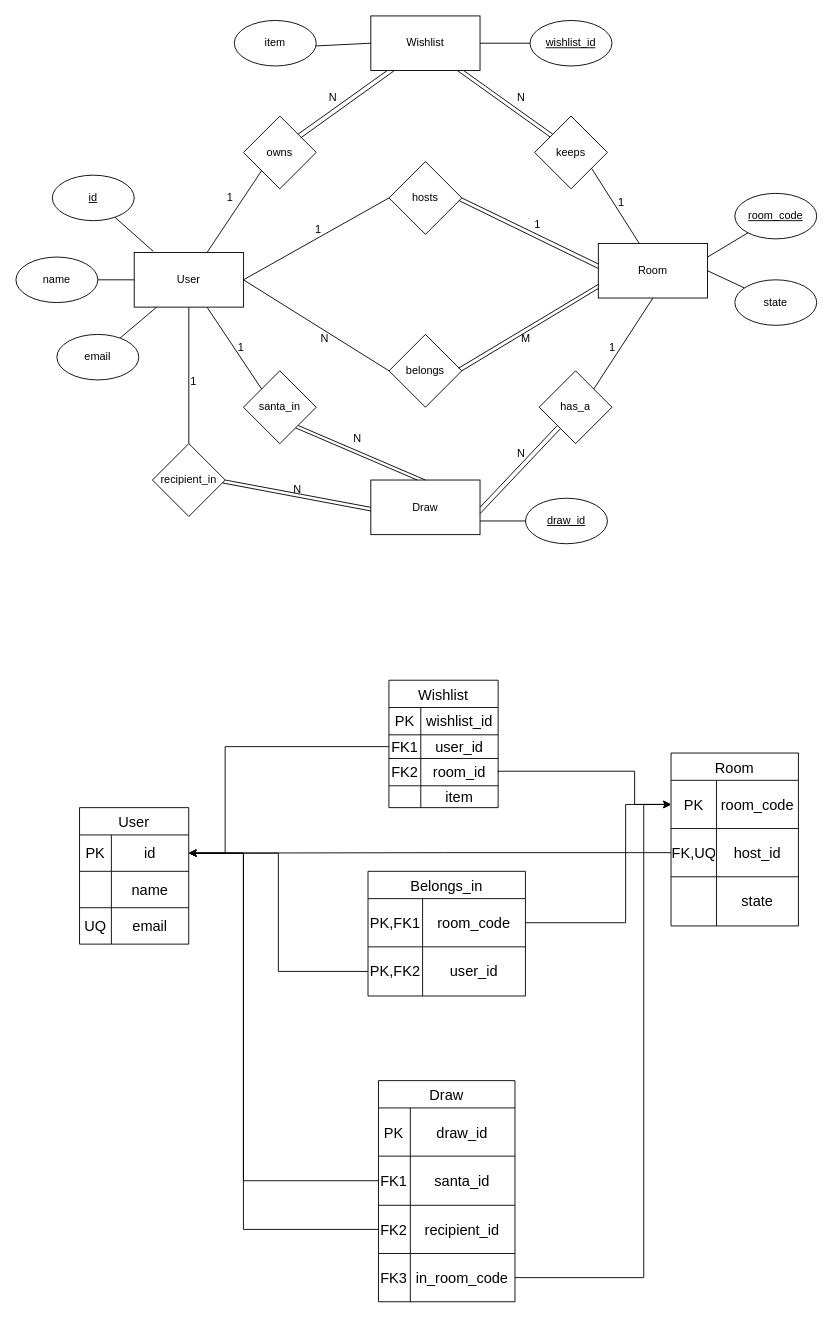
Above: Docs/erd w_ erm (5).drawio.xml in vjloable/secretsanta (draw.io), before the change. Source tidied: cells renumbered, new cells numbered last; positions are measured from the earlier drawing's top-left corner, leaving out a move shared by most shapes. Both pictures are drawn from the tidied source at 91%, with x=0, y=0 at pixel (15, 15).
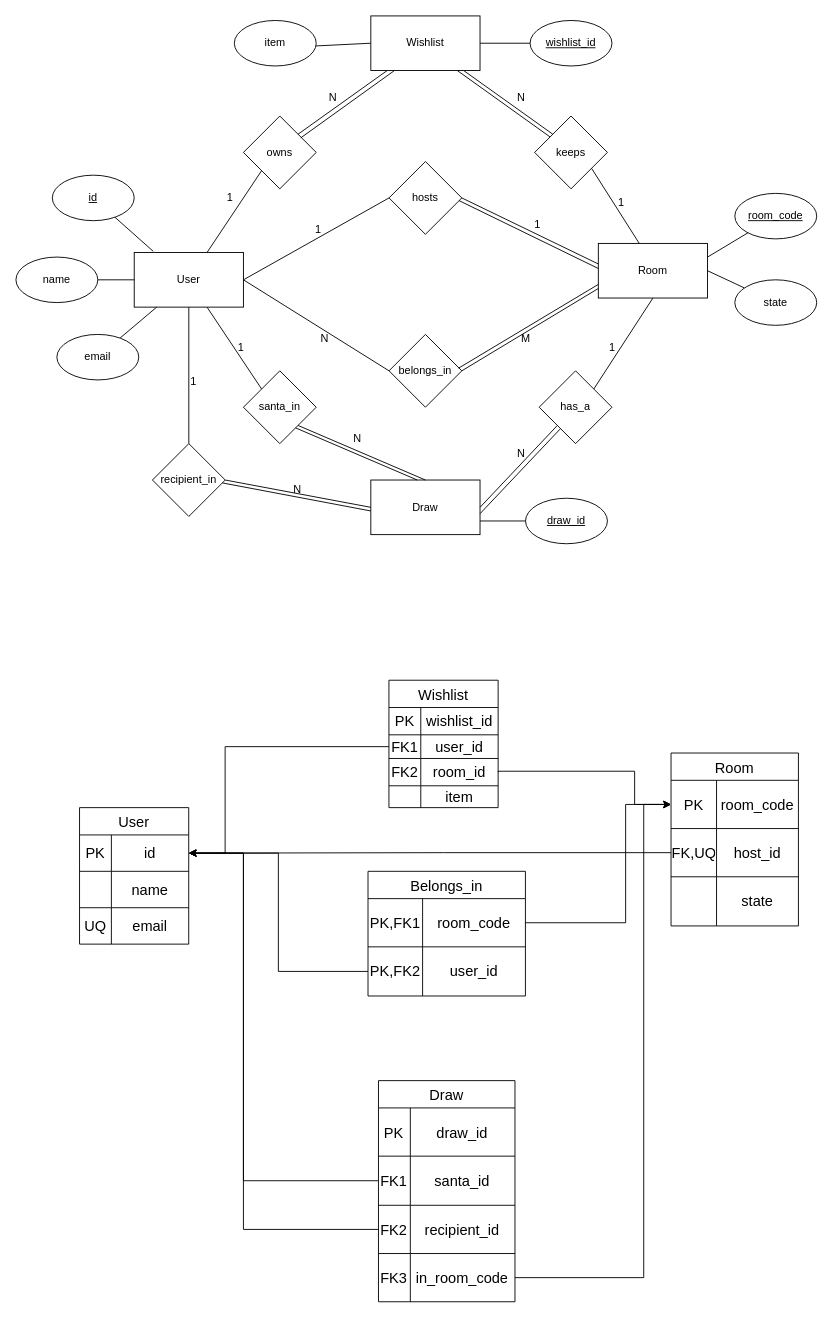
The same diagram, later.

The edit, as a diff of the source:
```diff
@@
-    <mxCell id="21" value="belongs" style="rhombus;whiteSpace=wrap;html=1;" parent="1" vertex="1">
+    <mxCell id="21" value="belongs_in" style="rhombus;whiteSpace=wrap;html=1;" parent="1" vertex="1">
       <mxGeometry x="410" y="350" width="80" height="80" as="geometry" />
     </mxCell>
```
